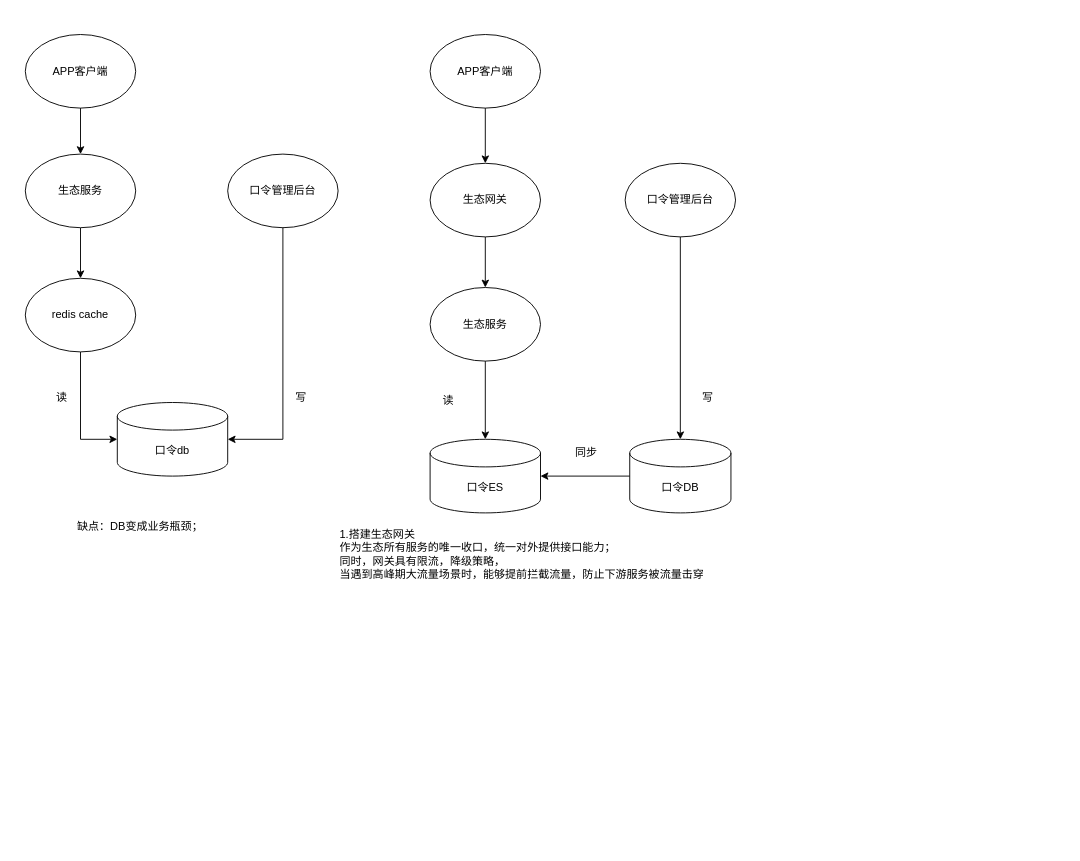
This is 生态ppt-口令部分.drawio from logxxx/godao, a draw.io file, before an edit. Source tidied: cells renumbered, new cells numbered last; positions are measured from the earlier drawing's top-left corner, leaving out a move shared by most shapes. Both pictures are drawn from the tidied source at 92%, with x=0, y=0 at pixel (25, 34).
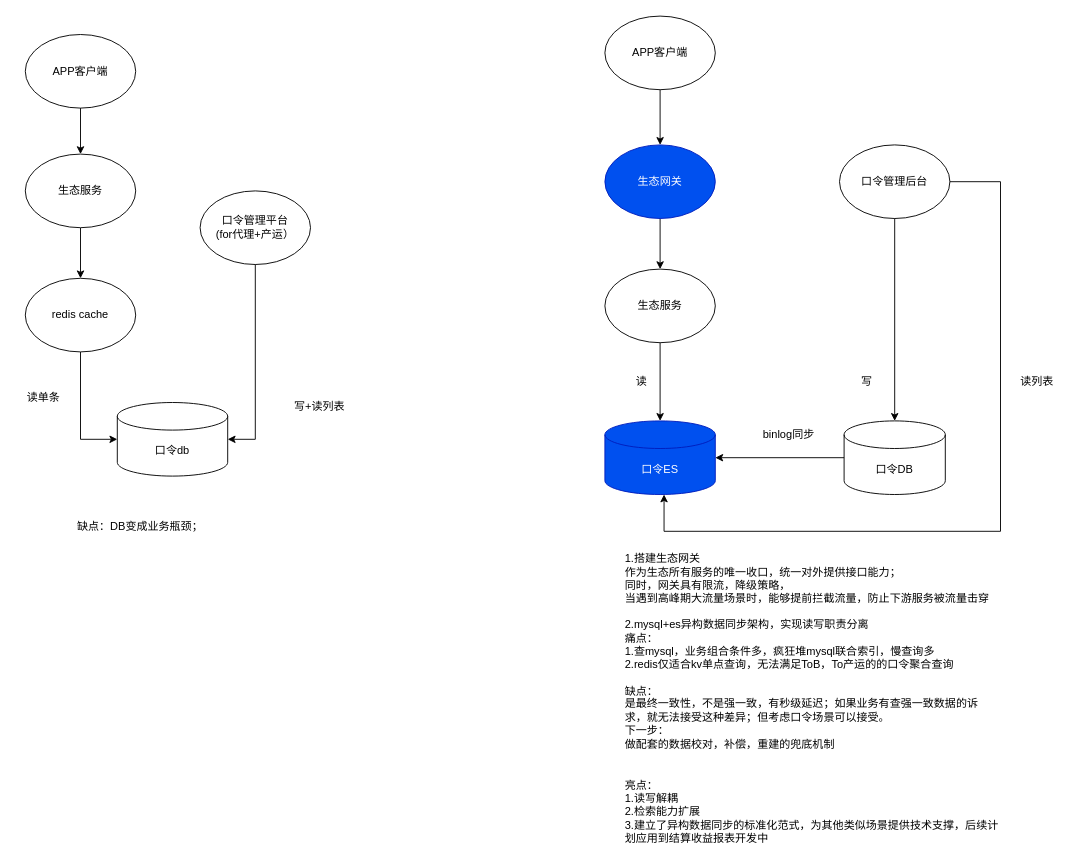
Above is the later version.

Commit message:
更新生态ppt-口令部分.drawio

The edit, as a diff of the source:
```diff
@@
-    <mxCell id="11" value="生态网关" style="ellipse;whiteSpace=wrap;html=1;shapeInside=1;" parent="1" vertex="1">
-      <mxGeometry x="440" y="140" width="120" height="80" as="geometry" />
+    <mxCell id="11" value="生态网关" style="ellipse;whiteSpace=wrap;html=1;shapeInside=1;fillColor=#0050ef;fontColor=#ffffff;strokeColor=#001DBC;" parent="1" vertex="1">
+      <mxGeometry x="630" y="120" width="120" height="80" as="geometry" />
     </mxCell>
-    <mxCell id="12" value="口令ES" style="shape=cylinder3;whiteSpace=wrap;html=1;boundedLbl=1;backgroundOutline=1;size=15;" parent="1" vertex="1">
-      <mxGeometry x="440" y="440" width="120" height="80" as="geometry" />
+    <mxCell id="12" value="口令ES" style="shape=cylinder3;whiteSpace=wrap;html=1;boundedLbl=1;backgroundOutline=1;size=15;fillColor=#0050ef;fontColor=#ffffff;strokeColor=#001DBC;" parent="1" vertex="1">
+      <mxGeometry x="630" y="420" width="120" height="80" as="geometry" />
     </mxCell>
@@
     <mxCell id="14" value="生态服务" style="ellipse;whiteSpace=wrap;html=1;shapeInside=1;" parent="1" vertex="1">
-      <mxGeometry x="440" y="275" width="120" height="80" as="geometry" />
+      <mxGeometry x="630" y="255" width="120" height="80" as="geometry" />
     </mxCell>
     <mxCell id="15" style="endArrow=classic;html=1;rounded=0;defaultLabelBackgroundColor=page;" parent="1" edge="1" target="17">
       <mxGeometry relative="1" as="geometry">
-        <mxPoint x="480" y="30" as="sourcePoint" />
+        <mxPoint x="670" y="10" as="sourcePoint" />
       </mxGeometry>
     </mxCell>
@@
     <mxCell id="17" value="APP客户端" style="ellipse;whiteSpace=wrap;html=1;shapeInside=1;" parent="1" vertex="1">
-      <mxGeometry x="440" width="120" height="80" as="geometry" />
+      <mxGeometry x="630" y="-20" width="120" height="80" as="geometry" />
     </mxCell>
     <mxCell id="18" value="口令DB" style="shape=cylinder3;whiteSpace=wrap;html=1;boundedLbl=1;backgroundOutline=1;size=15;" parent="1" vertex="1">
-      <mxGeometry x="657" y="440" width="110" height="80" as="geometry" />
+      <mxGeometry x="890" y="420" width="110" height="80" as="geometry" />
     </mxCell>
-    <mxCell id="19" value="口令管理后台" style="ellipse;whiteSpace=wrap;html=1;shapeInside=1;" parent="1" vertex="1">
-      <mxGeometry x="220" y="130" width="120" height="80" as="geometry" />
+    <mxCell id="19" value="口令管理平台&lt;br&gt;(for代理+产运）" style="ellipse;whiteSpace=wrap;html=1;shapeInside=1;" parent="1" vertex="1">
+      <mxGeometry x="190" y="170" width="120" height="80" as="geometry" />
     </mxCell>
@@
-    <mxCell id="23" value="同步" style="text;html=1;whiteSpace=wrap;strokeColor=none;fillColor=none;align=center;verticalAlign=middle;rounded=0;" parent="1" vertex="1">
-      <mxGeometry x="580" y="440" width="60" height="30" as="geometry" />
+    <mxCell id="23" value="binlog同步" style="text;html=1;whiteSpace=wrap;strokeColor=none;fillColor=none;align=center;verticalAlign=middle;rounded=0;" parent="1" vertex="1">
+      <mxGeometry x="800" y="420" width="60" height="30" as="geometry" />
     </mxCell>
-    <mxCell id="24" value="读" style="text;html=1;whiteSpace=wrap;strokeColor=none;fillColor=none;align=center;verticalAlign=middle;rounded=0;" parent="1" vertex="1">
-      <mxGeometry x="10" y="380" width="60" height="30" as="geometry" />
+    <mxCell id="24" value="读单条" style="text;html=1;whiteSpace=wrap;strokeColor=none;fillColor=none;align=center;verticalAlign=middle;rounded=0;" parent="1" vertex="1">
+      <mxGeometry x="-10" y="380" width="60" height="30" as="geometry" />
     </mxCell>
-    <mxCell id="25" value="写" style="text;html=1;whiteSpace=wrap;strokeColor=none;fillColor=none;align=center;verticalAlign=middle;rounded=0;" parent="1" vertex="1">
-      <mxGeometry x="270" y="380" width="60" height="30" as="geometry" />
+    <mxCell id="25" value="写+读列表" style="text;html=1;whiteSpace=wrap;strokeColor=none;fillColor=none;align=center;verticalAlign=middle;rounded=0;" parent="1" vertex="1">
+      <mxGeometry x="290" y="390" width="60" height="30" as="geometry" />
     </mxCell>
     <mxCell id="26" value="口令管理后台" style="ellipse;whiteSpace=wrap;html=1;shapeInside=1;" parent="1" vertex="1">
-      <mxGeometry x="652" y="140" width="120" height="80" as="geometry" />
+      <mxGeometry x="885" y="120" width="120" height="80" as="geometry" />
     </mxCell>
@@
     <mxCell id="28" value="写" style="text;html=1;whiteSpace=wrap;strokeColor=none;fillColor=none;align=center;verticalAlign=middle;rounded=0;" parent="1" vertex="1">
-      <mxGeometry x="712" y="380" width="60" height="30" as="geometry" />
+      <mxGeometry x="885" y="363" width="60" height="30" as="geometry" />
     </mxCell>
-    <mxCell id="29" value="1.搭建生态网关&lt;div&gt;作为生态所有服务的唯一收口，统一对外提供接口能力；&lt;/div&gt;&lt;div&gt;同时，网关具有限流，降级策略，&lt;/div&gt;&lt;div&gt;当遇到高峰期大流量场景时，能够提前拦截流量，防止下游服务被流量击穿&lt;/div&gt;" style="text;html=1;whiteSpace=wrap;strokeColor=none;fillColor=none;align=left;verticalAlign=middle;rounded=0;" parent="1" vertex="1">
-      <mxGeometry x="340" y="550" width="400" height="30" as="geometry" />
+    <mxCell id="29" value="1.搭建生态网关&lt;div&gt;作为生态所有服务的唯一收口，统一对外提供接口能力；&lt;/div&gt;&lt;div&gt;同时，网关具有限流，降级策略，&lt;/div&gt;&lt;div&gt;当遇到高峰期大流量场景时，能够提前拦截流量，防止下游服务被流量击穿&lt;/div&gt;&lt;div&gt;&lt;br&gt;&lt;/div&gt;&lt;div&gt;2.mysql+es异构数据同步架构，实现读写职责分离&lt;/div&gt;&lt;div&gt;痛点：&lt;/div&gt;&lt;div&gt;1.查mysql，业务组合条件多，疯狂堆mysql联合索引，慢查询多&lt;/div&gt;&lt;div&gt;2.redis仅适合kv单点查询，无法满足ToB，To产运的的口令聚合查询&lt;/div&gt;&lt;div&gt;&lt;br&gt;&lt;/div&gt;&lt;div&gt;缺点：&lt;/div&gt;&lt;div&gt;是最终一致性，不是强一致，有秒级延迟；如果业务有查强一致数据的诉求，就无法接受这种差异；但考虑口令场景可以接受。&lt;/div&gt;&lt;div&gt;下一步：&lt;/div&gt;&lt;div&gt;做配套的数据校对，补偿，重建的兜底机制&lt;/div&gt;&lt;div&gt;&lt;br&gt;&lt;/div&gt;&lt;div&gt;&lt;br&gt;&lt;/div&gt;" style="text;html=1;whiteSpace=wrap;strokeColor=none;fillColor=none;align=left;verticalAlign=middle;rounded=0;" parent="1" vertex="1">
+      <mxGeometry x="650" y="670" width="400" height="30" as="geometry" />
     </mxCell>
     <mxCell id="30" value="读" style="text;html=1;whiteSpace=wrap;strokeColor=none;fillColor=none;align=center;verticalAlign=middle;rounded=0;" parent="1" vertex="1">
-      <mxGeometry x="430" y="383" width="60" height="30" as="geometry" />
+      <mxGeometry x="640" y="363" width="60" height="30" as="geometry" />
     </mxCell>
+    <mxCell id="31" value="亮点：&lt;div&gt;1.读写解耦&lt;/div&gt;&lt;div&gt;2.检索能力扩展&lt;/div&gt;&lt;div&gt;3.建立了异构数据同步的标准化范式，为其他类似场景提供技术支撑，后续计划应用到结算收益报表开发中&lt;/div&gt;" style="text;html=1;whiteSpace=wrap;strokeColor=none;fillColor=none;align=left;verticalAlign=middle;rounded=0;" parent="1" vertex="1">
+      <mxGeometry x="650" y="830" width="410" height="30" as="geometry" />
+    </mxCell>
+    <mxCell id="32" style="edgeStyle=orthogonalEdgeStyle;rounded=0;jettySize=auto;html=1;defaultLabelBackgroundColor=page;" parent="1" edge="1" source="26">
+      <mxGeometry x="-0.04" relative="1" as="geometry">
+        <mxPoint x="694.3" y="500" as="targetPoint" />
+        <Array as="points">
+          <mxPoint x="1060" y="160" />
+          <mxPoint x="1060" y="540" />
+          <mxPoint x="694.3" y="540" />
+        </Array>
+      </mxGeometry>
+    </mxCell>
+    <mxCell id="33" value="读列表" style="text;html=1;whiteSpace=wrap;strokeColor=none;fillColor=none;align=center;verticalAlign=middle;rounded=0;" parent="1" vertex="1">
+      <mxGeometry x="1070" y="363" width="60" height="30" as="geometry" />
+    </mxCell>
```
